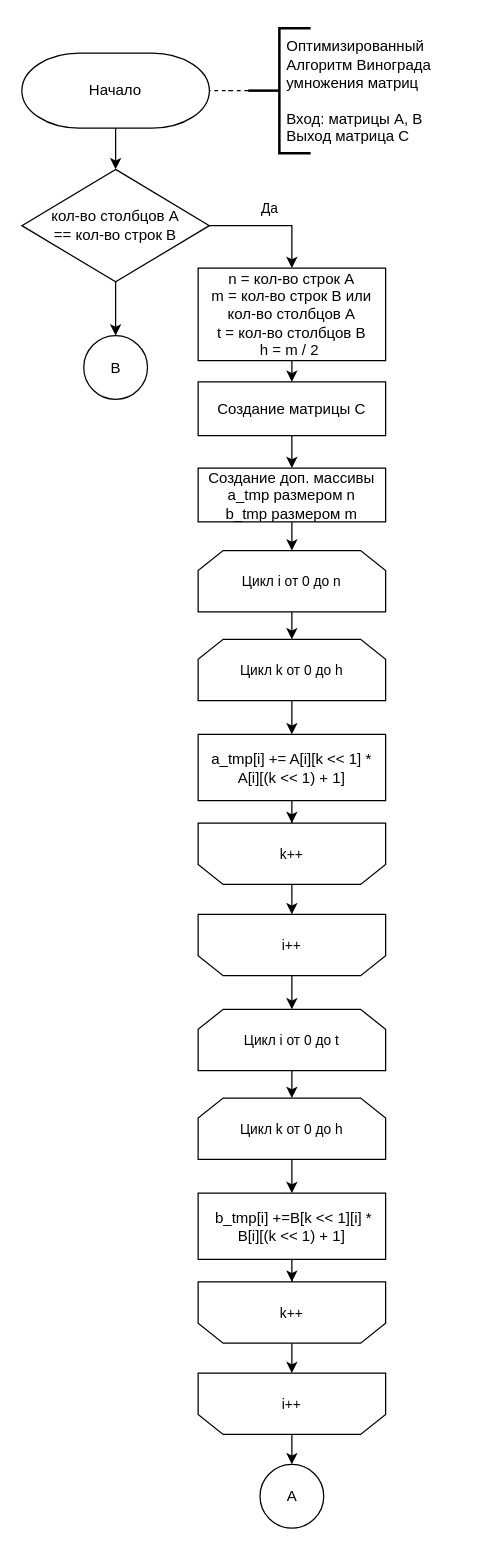
Mansurow/bmstu-iu7-5sem-AA keeps this draw.io diagram as page "vinograd_opt_alg_1" (4 of 5) of lab_02/docs/img/algoritms.drawio. Above is the earlier version. Source tidied: cells renumbered, new cells numbered last; positions are measured from the earlier drawing's top-left corner, leaving out a move shared by most shapes. Both pictures are drawn from the tidied source at 125%, with x=0, y=0 at pixel (21, 28).
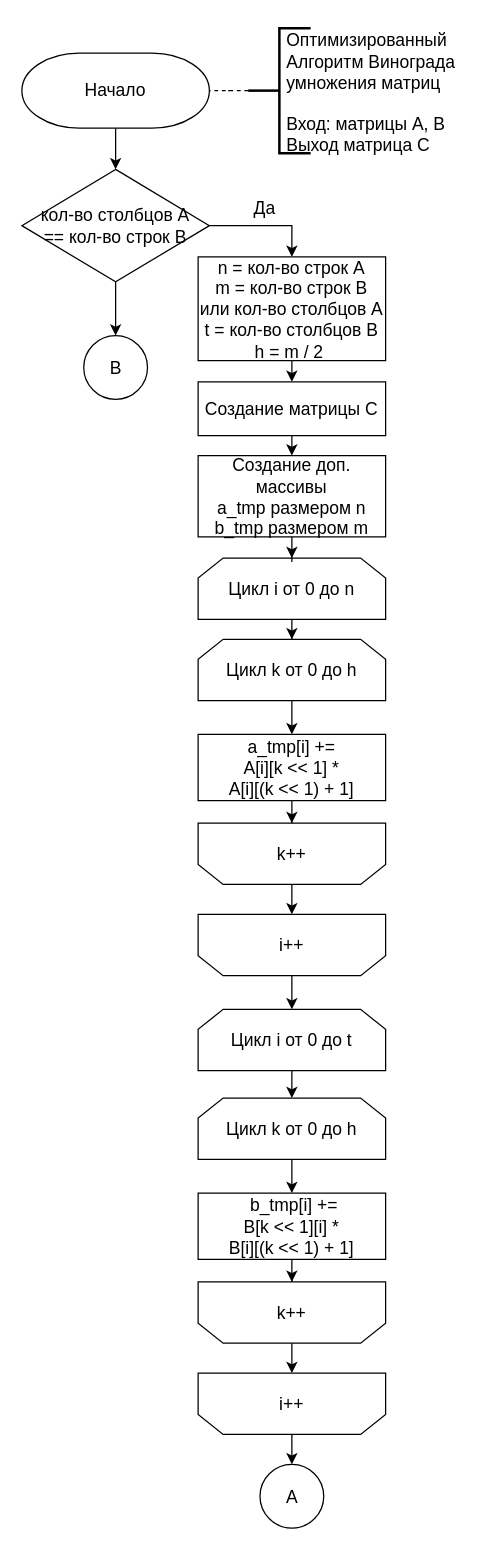
The same page after the edit.

Change to the diagram source:
```diff
@@
-    <mxCell id="2" style="edgeStyle=orthogonalEdgeStyle;rounded=0;jettySize=auto;html=1;" parent="1" edge="1" source="3" target="7">
+    <mxCell id="2" style="edgeStyle=orthogonalEdgeStyle;rounded=0;jettySize=auto;html=1;fontSize=14;" parent="1" edge="1" source="3" target="7">
       <mxGeometry relative="1" as="geometry" />
     </mxCell>
-    <mxCell id="3" value="Начало" style="strokeWidth=1;html=1;shape=mxgraph.flowchart.terminator;whiteSpace=wrap;" parent="1" vertex="1">
+    <mxCell id="3" value="Начало" style="strokeWidth=1;html=1;shape=mxgraph.flowchart.terminator;whiteSpace=wrap;fontSize=14;" parent="1" vertex="1">
       <mxGeometry y="20" width="150" height="60" as="geometry" />
     </mxCell>
-    <mxCell id="4" style="edgeStyle=orthogonalEdgeStyle;rounded=0;jettySize=auto;html=1;exitX=1;exitY=0.5;exitDx=0;exitDy=0;" parent="1" edge="1" source="7" target="9">
+    <mxCell id="4" style="edgeStyle=orthogonalEdgeStyle;rounded=0;jettySize=auto;html=1;exitX=1;exitY=0.5;exitDx=0;exitDy=0;fontSize=14;" parent="1" edge="1" source="7" target="9">
       <mxGeometry relative="1" as="geometry" />
     </mxCell>
-    <mxCell id="5" value="Да" style="edgeLabel;html=1;align=center;verticalAlign=middle;" parent="4" vertex="1">
+    <mxCell id="5" value="Да" style="edgeLabel;html=1;align=center;verticalAlign=middle;fontSize=14;" parent="4" vertex="1">
       <mxGeometry x="-0.06" y="-1" relative="1" as="geometry">
         <mxPoint y="-16" as="offset" />
       </mxGeometry>
     </mxCell>
-    <mxCell id="6" style="edgeStyle=orthogonalEdgeStyle;rounded=0;jettySize=auto;html=1;exitX=0.5;exitY=1;exitDx=0;exitDy=0;endArrow=classic;endFill=1;" parent="1" edge="1" source="7" target="38">
+    <mxCell id="6" style="edgeStyle=orthogonalEdgeStyle;rounded=0;jettySize=auto;html=1;exitX=0.5;exitY=1;exitDx=0;exitDy=0;endArrow=classic;endFill=1;fontSize=14;" parent="1" edge="1" source="7" target="38">
       <mxGeometry relative="1" as="geometry" />
     </mxCell>
-    <mxCell id="7" value="кол-во столбцов A &lt;br&gt;== кол-во строк B" style="rhombus;whiteSpace=wrap;html=1;" parent="1" vertex="1">
+    <mxCell id="7" value="кол-во столбцов A &lt;br style=&quot;font-size: 14px;&quot;&gt;== кол-во строк B" style="rhombus;whiteSpace=wrap;html=1;fontSize=14;" parent="1" vertex="1">
       <mxGeometry y="113" width="150" height="90" as="geometry" />
     </mxCell>
-    <mxCell id="8" style="edgeStyle=orthogonalEdgeStyle;rounded=0;jettySize=auto;html=1;exitX=0.5;exitY=1;exitDx=0;exitDy=0;entryX=0.5;entryY=0;entryDx=0;entryDy=0;endArrow=classic;endFill=1;" parent="1" edge="1" source="9" target="16">
+    <mxCell id="8" style="edgeStyle=orthogonalEdgeStyle;rounded=0;jettySize=auto;html=1;exitX=0.5;exitY=1;exitDx=0;exitDy=0;entryX=0.5;entryY=0;entryDx=0;entryDy=0;endArrow=classic;endFill=1;fontSize=14;" parent="1" edge="1" source="9" target="16">
       <mxGeometry relative="1" as="geometry" />
     </mxCell>
-    <mxCell id="9" value="n = кол-во строк A&lt;br&gt;m = кол-во строк B или кол-во столбцов A&lt;br&gt;t = кол-во столбцов B&lt;br&gt;h = m / 2&amp;nbsp;" style="rounded=0;whiteSpace=wrap;html=1;absoluteArcSize=1;arcSize=14;strokeWidth=1;" parent="1" vertex="1">
-      <mxGeometry x="141" y="192" width="150" height="74" as="geometry" />
+    <mxCell id="9" value="n = кол-во строк A&lt;br style=&quot;font-size: 14px;&quot;&gt;m = кол-во строк B или кол-во столбцов A&lt;br style=&quot;font-size: 14px;&quot;&gt;t = кол-во столбцов B&lt;br style=&quot;font-size: 14px;&quot;&gt;h = m / 2&amp;nbsp;" style="rounded=0;whiteSpace=wrap;html=1;absoluteArcSize=1;arcSize=14;strokeWidth=1;fontSize=14;" parent="1" vertex="1">
+      <mxGeometry x="141" y="183" width="150" height="83" as="geometry" />
     </mxCell>
-    <mxCell id="10" style="edgeStyle=orthogonalEdgeStyle;rounded=0;jettySize=auto;html=1;endArrow=classic;endFill=1;" parent="1" edge="1" source="11" target="20">
+    <mxCell id="10" style="edgeStyle=orthogonalEdgeStyle;rounded=0;jettySize=auto;html=1;endArrow=classic;endFill=1;fontSize=14;" parent="1" edge="1" source="11" target="20">
       <mxGeometry relative="1" as="geometry" />
     </mxCell>
-    <mxCell id="11" value="&lt;span style=&quot;font-size: 11px;&quot;&gt;Цикл i от 0 до n&lt;/span&gt;" style="shape=loopLimit;whiteSpace=wrap;html=1;" parent="1" vertex="1">
-      <mxGeometry x="141" y="418" width="150" height="49" as="geometry" />
+    <mxCell id="11" value="&lt;span style=&quot;font-size: 14px;&quot;&gt;Цикл i от 0 до n&lt;/span&gt;" style="shape=loopLimit;whiteSpace=wrap;html=1;fontSize=14;" parent="1" vertex="1">
+      <mxGeometry x="141" y="424" width="150" height="49" as="geometry" />
     </mxCell>
-    <mxCell id="12" style="edgeStyle=orthogonalEdgeStyle;rounded=0;jettySize=auto;html=1;endArrow=none;endFill=0;dashed=1;" parent="1" edge="1" source="13" target="3">
+    <mxCell id="12" style="edgeStyle=orthogonalEdgeStyle;rounded=0;jettySize=auto;html=1;endArrow=none;endFill=0;dashed=1;fontSize=14;" parent="1" edge="1" source="13" target="3">
       <mxGeometry relative="1" as="geometry" />
     </mxCell>
-    <mxCell id="13" style="strokeWidth=2;html=1;shape=mxgraph.flowchart.annotation_2;align=left;labelPosition=right;" parent="1" vertex="1">
+    <mxCell id="13" style="strokeWidth=2;html=1;shape=mxgraph.flowchart.annotation_2;align=left;labelPosition=right;fontSize=14;" parent="1" vertex="1">
       <mxGeometry x="181" width="50" height="100" as="geometry" />
     </mxCell>
-    <mxCell id="14" value="Оптимизированный&lt;br&gt;Алгоритм Винограда&lt;br&gt;умножения матриц&lt;br&gt;&lt;br&gt;Вход: матрицы A, B&lt;br&gt;Выход матрица С" style="text;html=1;align=left;verticalAlign=middle;strokeColor=none;fillColor=none;" parent="1" vertex="1">
-      <mxGeometry x="210" y="2" width="134" height="98" as="geometry" />
+    <mxCell id="14" value="Оптимизированный&lt;br style=&quot;font-size: 14px;&quot;&gt;Алгоритм Винограда&lt;br style=&quot;font-size: 14px;&quot;&gt;умножения матриц&lt;br style=&quot;font-size: 14px;&quot;&gt;&lt;br style=&quot;font-size: 14px;&quot;&gt;Вход: матрицы A, B&lt;br style=&quot;font-size: 14px;&quot;&gt;Выход матрица С" style="text;html=1;align=left;verticalAlign=middle;strokeColor=none;fillColor=none;fontSize=14;" parent="1" vertex="1">
+      <mxGeometry x="210" y="-5" width="153" height="113" as="geometry" />
     </mxCell>
-    <mxCell id="15" style="edgeStyle=orthogonalEdgeStyle;rounded=0;jettySize=auto;html=1;exitX=0.5;exitY=1;exitDx=0;exitDy=0;entryX=0.5;entryY=0;entryDx=0;entryDy=0;endArrow=classic;endFill=1;" parent="1" edge="1" source="16" target="18">
+    <mxCell id="15" style="edgeStyle=orthogonalEdgeStyle;rounded=0;jettySize=auto;html=1;exitX=0.5;exitY=1;exitDx=0;exitDy=0;entryX=0.5;entryY=0;entryDx=0;entryDy=0;endArrow=classic;endFill=1;fontSize=14;" parent="1" edge="1" source="16" target="18">
       <mxGeometry relative="1" as="geometry" />
     </mxCell>
-    <mxCell id="16" value="Создание матрицы C" style="rounded=0;whiteSpace=wrap;html=1;absoluteArcSize=1;arcSize=14;strokeWidth=1;" parent="1" vertex="1">
+    <mxCell id="16" value="Создание матрицы C" style="rounded=0;whiteSpace=wrap;html=1;absoluteArcSize=1;arcSize=14;strokeWidth=1;fontSize=14;" parent="1" vertex="1">
       <mxGeometry x="141" y="283" width="150" height="43" as="geometry" />
     </mxCell>
-    <mxCell id="17" style="edgeStyle=orthogonalEdgeStyle;rounded=0;jettySize=auto;html=1;endArrow=classic;endFill=1;" parent="1" edge="1" source="18" target="11">
+    <mxCell id="17" style="edgeStyle=orthogonalEdgeStyle;rounded=0;jettySize=auto;html=1;endArrow=classic;endFill=1;fontSize=14;" parent="1" edge="1" source="18" target="11">
       <mxGeometry relative="1" as="geometry" />
     </mxCell>
-    <mxCell id="18" value="Создание доп. массивы&lt;br&gt;a_tmp размером n&lt;br&gt;b_tmp размером m" style="rounded=0;whiteSpace=wrap;html=1;absoluteArcSize=1;arcSize=14;strokeWidth=1;" parent="1" vertex="1">
-      <mxGeometry x="141" y="352" width="150" height="43" as="geometry" />
+    <mxCell id="18" value="Создание доп. массивы&lt;br style=&quot;font-size: 14px;&quot;&gt;a_tmp размером n&lt;br style=&quot;font-size: 14px;&quot;&gt;b_tmp размером m" style="rounded=0;whiteSpace=wrap;html=1;absoluteArcSize=1;arcSize=14;strokeWidth=1;fontSize=14;" parent="1" vertex="1">
+      <mxGeometry x="141" y="342" width="150" height="65" as="geometry" />
     </mxCell>
-    <mxCell id="19" style="edgeStyle=orthogonalEdgeStyle;rounded=0;jettySize=auto;html=1;endArrow=classic;endFill=1;" parent="1" edge="1" source="20" target="22">
+    <mxCell id="19" style="edgeStyle=orthogonalEdgeStyle;rounded=0;jettySize=auto;html=1;endArrow=classic;endFill=1;fontSize=14;" parent="1" edge="1" source="20" target="22">
       <mxGeometry relative="1" as="geometry" />
     </mxCell>
-    <mxCell id="20" value="&lt;span style=&quot;font-size: 11px;&quot;&gt;Цикл k от 0 до h&lt;br&gt;&lt;/span&gt;" style="shape=loopLimit;whiteSpace=wrap;html=1;" parent="1" vertex="1">
+    <mxCell id="20" value="&lt;span style=&quot;font-size: 14px;&quot;&gt;Цикл k от 0 до h&lt;br style=&quot;font-size: 14px;&quot;&gt;&lt;/span&gt;" style="shape=loopLimit;whiteSpace=wrap;html=1;fontSize=14;" parent="1" vertex="1">
       <mxGeometry x="141" y="489" width="150" height="49" as="geometry" />
     </mxCell>
-    <mxCell id="21" style="edgeStyle=orthogonalEdgeStyle;rounded=0;jettySize=auto;html=1;endArrow=classic;endFill=1;" parent="1" edge="1" source="22" target="26">
+    <mxCell id="21" style="edgeStyle=orthogonalEdgeStyle;rounded=0;jettySize=auto;html=1;endArrow=classic;endFill=1;fontSize=14;" parent="1" edge="1" source="22" target="26">
       <mxGeometry relative="1" as="geometry" />
     </mxCell>
-    <mxCell id="22" value="a_tmp[i] += A[i][k &amp;lt;&amp;lt; 1] * A[i][(k &amp;lt;&amp;lt; 1) + 1]" style="rounded=0;whiteSpace=wrap;html=1;absoluteArcSize=1;arcSize=14;strokeWidth=1;" parent="1" vertex="1">
+    <mxCell id="22" value="a_tmp[i] += &lt;br&gt;A[i][k &amp;lt;&amp;lt; 1] * &lt;br&gt;A[i][(k &amp;lt;&amp;lt; 1) + 1]" style="rounded=0;whiteSpace=wrap;html=1;absoluteArcSize=1;arcSize=14;strokeWidth=1;fontSize=14;" parent="1" vertex="1">
       <mxGeometry x="141" y="565" width="150" height="53" as="geometry" />
     </mxCell>
-    <mxCell id="23" style="edgeStyle=orthogonalEdgeStyle;rounded=0;jettySize=auto;html=1;endArrow=classic;endFill=1;" parent="1" edge="1" source="24" target="28">
+    <mxCell id="23" style="edgeStyle=orthogonalEdgeStyle;rounded=0;jettySize=auto;html=1;endArrow=classic;endFill=1;fontSize=14;" parent="1" edge="1" source="24" target="28">
       <mxGeometry relative="1" as="geometry" />
     </mxCell>
-    <mxCell id="24" value="&lt;span style=&quot;font-size: 11px;&quot;&gt;i++&lt;br&gt;&lt;/span&gt;" style="shape=loopLimit;whiteSpace=wrap;html=1;direction=west;" parent="1" vertex="1">
+    <mxCell id="24" value="&lt;span style=&quot;font-size: 14px;&quot;&gt;i++&lt;br style=&quot;font-size: 14px;&quot;&gt;&lt;/span&gt;" style="shape=loopLimit;whiteSpace=wrap;html=1;direction=west;fontSize=14;" parent="1" vertex="1">
       <mxGeometry x="141" y="709" width="150" height="49" as="geometry" />
     </mxCell>
-    <mxCell id="25" style="edgeStyle=orthogonalEdgeStyle;rounded=0;jettySize=auto;html=1;entryX=0.5;entryY=1;entryDx=0;entryDy=0;endArrow=classic;endFill=1;" parent="1" edge="1" source="26" target="24">
+    <mxCell id="25" style="edgeStyle=orthogonalEdgeStyle;rounded=0;jettySize=auto;html=1;entryX=0.5;entryY=1;entryDx=0;entryDy=0;endArrow=classic;endFill=1;fontSize=14;" parent="1" edge="1" source="26" target="24">
       <mxGeometry relative="1" as="geometry" />
     </mxCell>
-    <mxCell id="26" value="&lt;span style=&quot;font-size: 11px;&quot;&gt;k++&lt;br&gt;&lt;/span&gt;" style="shape=loopLimit;whiteSpace=wrap;html=1;direction=west;" parent="1" vertex="1">
+    <mxCell id="26" value="&lt;span style=&quot;font-size: 14px;&quot;&gt;k++&lt;br style=&quot;font-size: 14px;&quot;&gt;&lt;/span&gt;" style="shape=loopLimit;whiteSpace=wrap;html=1;direction=west;fontSize=14;" parent="1" vertex="1">
       <mxGeometry x="141" y="636" width="150" height="49" as="geometry" />
     </mxCell>
-    <mxCell id="27" style="edgeStyle=orthogonalEdgeStyle;rounded=0;jettySize=auto;html=1;endArrow=classic;endFill=1;" parent="1" edge="1" source="28" target="30">
+    <mxCell id="27" style="edgeStyle=orthogonalEdgeStyle;rounded=0;jettySize=auto;html=1;endArrow=classic;endFill=1;fontSize=14;" parent="1" edge="1" source="28" target="30">
       <mxGeometry relative="1" as="geometry" />
     </mxCell>
-    <mxCell id="28" value="&lt;span style=&quot;font-size: 11px;&quot;&gt;Цикл i от 0 до t&lt;/span&gt;" style="shape=loopLimit;whiteSpace=wrap;html=1;" parent="1" vertex="1">
+    <mxCell id="28" value="&lt;span style=&quot;font-size: 14px;&quot;&gt;Цикл i от 0 до t&lt;/span&gt;" style="shape=loopLimit;whiteSpace=wrap;html=1;fontSize=14;" parent="1" vertex="1">
       <mxGeometry x="141" y="785" width="150" height="49" as="geometry" />
     </mxCell>
-    <mxCell id="29" style="edgeStyle=orthogonalEdgeStyle;rounded=0;jettySize=auto;html=1;endArrow=classic;endFill=1;" parent="1" edge="1" source="30" target="32">
+    <mxCell id="29" style="edgeStyle=orthogonalEdgeStyle;rounded=0;jettySize=auto;html=1;endArrow=classic;endFill=1;fontSize=14;" parent="1" edge="1" source="30" target="32">
       <mxGeometry relative="1" as="geometry" />
     </mxCell>
-    <mxCell id="30" value="&lt;span style=&quot;font-size: 11px;&quot;&gt;Цикл k от 0 до h&lt;br&gt;&lt;/span&gt;" style="shape=loopLimit;whiteSpace=wrap;html=1;" parent="1" vertex="1">
+    <mxCell id="30" value="&lt;span style=&quot;font-size: 14px;&quot;&gt;Цикл k от 0 до h&lt;br style=&quot;font-size: 14px;&quot;&gt;&lt;/span&gt;" style="shape=loopLimit;whiteSpace=wrap;html=1;fontSize=14;" parent="1" vertex="1">
       <mxGeometry x="141" y="856" width="150" height="49" as="geometry" />
     </mxCell>
-    <mxCell id="31" style="edgeStyle=orthogonalEdgeStyle;rounded=0;jettySize=auto;html=1;endArrow=classic;endFill=1;" parent="1" edge="1" source="32" target="36">
+    <mxCell id="31" style="edgeStyle=orthogonalEdgeStyle;rounded=0;jettySize=auto;html=1;endArrow=classic;endFill=1;fontSize=14;" parent="1" edge="1" source="32" target="36">
       <mxGeometry relative="1" as="geometry" />
     </mxCell>
-    <mxCell id="32" value="&amp;nbsp;b_tmp[i] +=B[k &amp;lt;&amp;lt; 1][i] * B[i][(k &amp;lt;&amp;lt; 1) + 1]" style="rounded=0;whiteSpace=wrap;html=1;absoluteArcSize=1;arcSize=14;strokeWidth=1;" parent="1" vertex="1">
+    <mxCell id="32" value="&amp;nbsp;b_tmp[i] +=&lt;br&gt;B[k &amp;lt;&amp;lt; 1][i] * &lt;br&gt;B[i][(k &amp;lt;&amp;lt; 1) + 1]" style="rounded=0;whiteSpace=wrap;html=1;absoluteArcSize=1;arcSize=14;strokeWidth=1;fontSize=14;" parent="1" vertex="1">
       <mxGeometry x="141" y="932" width="150" height="53" as="geometry" />
     </mxCell>
-    <mxCell id="33" style="edgeStyle=orthogonalEdgeStyle;rounded=0;jettySize=auto;html=1;endArrow=classic;endFill=1;" parent="1" edge="1" source="34" target="37">
+    <mxCell id="33" style="edgeStyle=orthogonalEdgeStyle;rounded=0;jettySize=auto;html=1;endArrow=classic;endFill=1;fontSize=14;" parent="1" edge="1" source="34" target="37">
       <mxGeometry relative="1" as="geometry" />
     </mxCell>
-    <mxCell id="34" value="&lt;span style=&quot;font-size: 11px;&quot;&gt;i++&lt;br&gt;&lt;/span&gt;" style="shape=loopLimit;whiteSpace=wrap;html=1;direction=west;" parent="1" vertex="1">
+    <mxCell id="34" value="&lt;span style=&quot;font-size: 14px;&quot;&gt;i++&lt;br style=&quot;font-size: 14px;&quot;&gt;&lt;/span&gt;" style="shape=loopLimit;whiteSpace=wrap;html=1;direction=west;fontSize=14;" parent="1" vertex="1">
       <mxGeometry x="141" y="1076" width="150" height="49" as="geometry" />
     </mxCell>
-    <mxCell id="35" style="edgeStyle=orthogonalEdgeStyle;rounded=0;jettySize=auto;html=1;entryX=0.5;entryY=1;entryDx=0;entryDy=0;endArrow=classic;endFill=1;" parent="1" edge="1" source="36" target="34">
+    <mxCell id="35" style="edgeStyle=orthogonalEdgeStyle;rounded=0;jettySize=auto;html=1;entryX=0.5;entryY=1;entryDx=0;entryDy=0;endArrow=classic;endFill=1;fontSize=14;" parent="1" edge="1" source="36" target="34">
       <mxGeometry relative="1" as="geometry" />
     </mxCell>
-    <mxCell id="36" value="&lt;span style=&quot;font-size: 11px;&quot;&gt;k++&lt;br&gt;&lt;/span&gt;" style="shape=loopLimit;whiteSpace=wrap;html=1;direction=west;" parent="1" vertex="1">
+    <mxCell id="36" value="&lt;span style=&quot;font-size: 14px;&quot;&gt;k++&lt;br style=&quot;font-size: 14px;&quot;&gt;&lt;/span&gt;" style="shape=loopLimit;whiteSpace=wrap;html=1;direction=west;fontSize=14;" parent="1" vertex="1">
       <mxGeometry x="141" y="1003" width="150" height="49" as="geometry" />
     </mxCell>
-    <mxCell id="37" value="A" style="ellipse;whiteSpace=wrap;html=1;" parent="1" vertex="1">
+    <mxCell id="37" value="A" style="ellipse;whiteSpace=wrap;html=1;fontSize=14;" parent="1" vertex="1">
       <mxGeometry x="190.5" y="1149" width="51" height="51" as="geometry" />
     </mxCell>
-    <mxCell id="38" value="B" style="ellipse;whiteSpace=wrap;html=1;" parent="1" vertex="1">
+    <mxCell id="38" value="B" style="ellipse;whiteSpace=wrap;html=1;fontSize=14;" parent="1" vertex="1">
       <mxGeometry x="49.5" y="246" width="51" height="51" as="geometry" />
     </mxCell>
```
